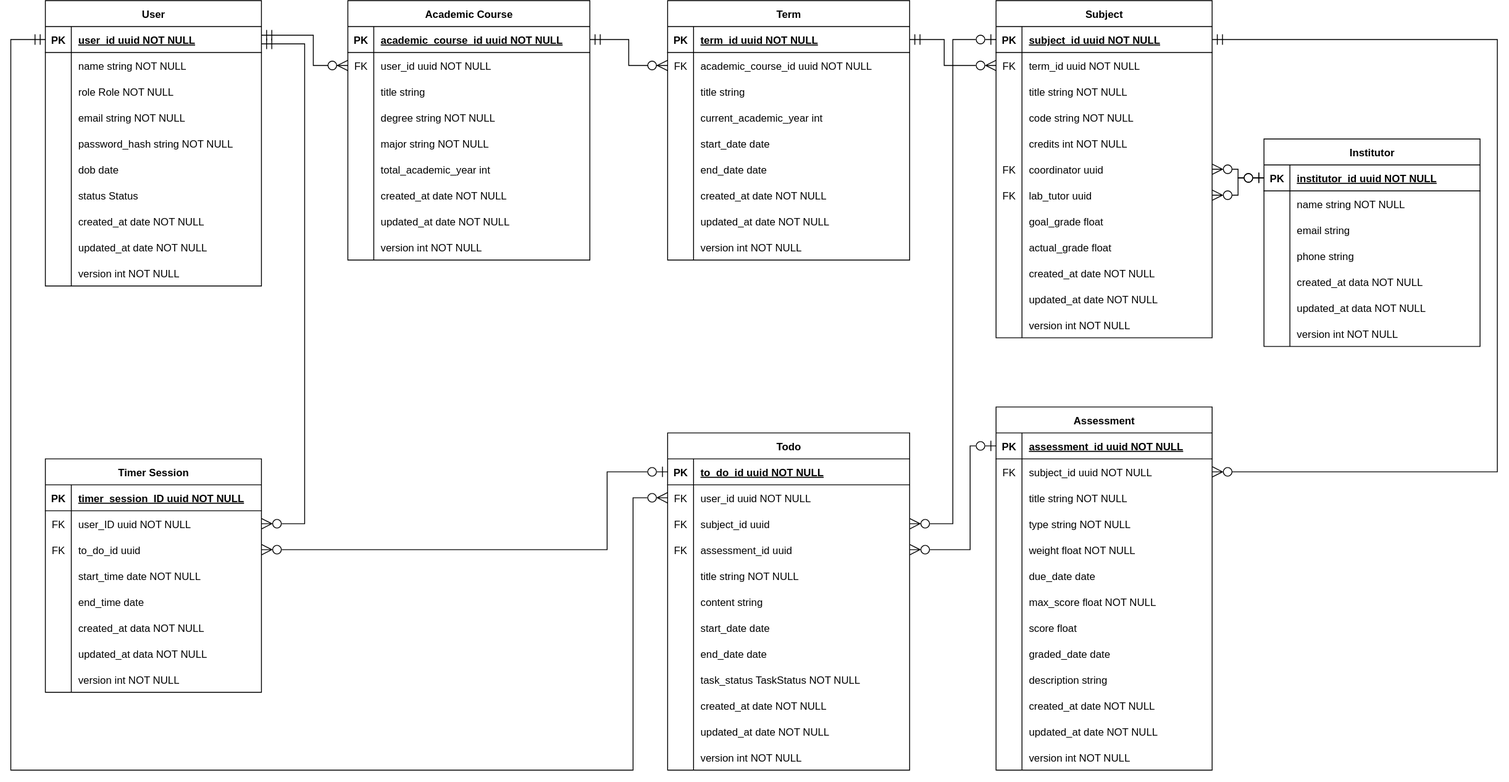
ina927/UniFlow keeps this draw.io diagram as docs/uni-flow_erd.svg. Above is the earlier version. Source tidied: cells renumbered, new cells last; positions are measured from the earlier drawing's top-left corner, leaving out a move shared by most shapes.
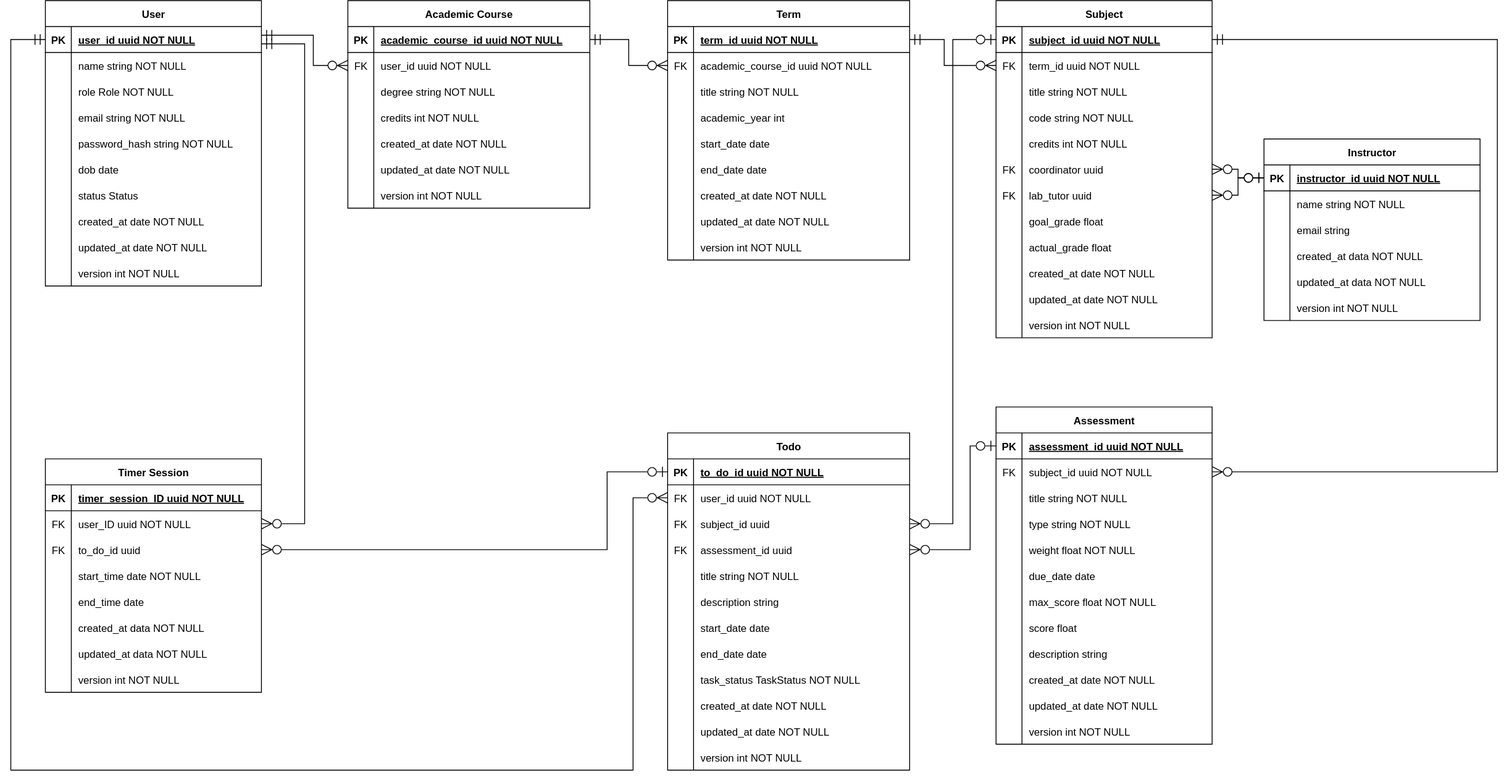
Above is the later version.

The edit, as a diff of the source:
```diff
@@ -14,7 +14,7 @@
       <mxGeometry relative="1" as="geometry" />
     </mxCell>
     <mxCell id="4" value="Academic Course" style="shape=table;startSize=30;rowLines=0;fontStyle=1;align=center;" parent="1" vertex="1">
-      <mxGeometry x="390" width="280" height="300" as="geometry" />
+      <mxGeometry x="390" width="280" height="240" as="geometry" />
     </mxCell>
     <mxCell id="5" style="shape=partialRectangle;fillColor=none;points=[[0,0.5],[1,0.5]];portConstraint=eastwest;top=0;left=0;right=0;bottom=1;" parent="4" vertex="1">
       <mxGeometry y="30" width="280" height="30" as="geometry" />
@@ -34,17 +34,8 @@
     <mxCell id="10" value="user_id uuid NOT NULL" style="shape=partialRectangle;overflow=hidden;fillColor=none;top=0;left=0;bottom=0;right=0;align=left;spacingLeft=6;" parent="8" vertex="1">
       <mxGeometry x="30" width="250" height="30" as="geometry" />
     </mxCell>
-    <mxCell id="11" style="shape=partialRectangle;fillColor=none;top=0;left=0;right=0;bottom=0;" parent="4" vertex="1">
-      <mxGeometry y="90" width="280" height="30" as="geometry" />
-    </mxCell>
-    <mxCell id="12" style="shape=partialRectangle;overflow=hidden;fillColor=none;top=0;left=0;bottom=0;right=0;" parent="11" vertex="1">
-      <mxGeometry width="30" height="30" as="geometry" />
-    </mxCell>
-    <mxCell id="13" value="title string" style="shape=partialRectangle;overflow=hidden;fillColor=none;top=0;left=0;bottom=0;right=0;align=left;spacingLeft=6;" parent="11" vertex="1">
-      <mxGeometry x="30" width="250" height="30" as="geometry" />
-    </mxCell>
     <mxCell id="14" style="shape=partialRectangle;fillColor=none;top=0;left=0;right=0;bottom=0;" parent="4" vertex="1">
-      <mxGeometry y="120" width="280" height="30" as="geometry" />
+      <mxGeometry y="90" width="280" height="30" as="geometry" />
     </mxCell>
     <mxCell id="15" style="shape=partialRectangle;overflow=hidden;fillColor=none;top=0;left=0;bottom=0;right=0;" parent="14" vertex="1">
       <mxGeometry width="30" height="30" as="geometry" />
@@ -52,26 +43,17 @@
     <mxCell id="16" value="degree string NOT NULL" style="shape=partialRectangle;overflow=hidden;fillColor=none;top=0;left=0;bottom=0;right=0;align=left;spacingLeft=6;" parent="14" vertex="1">
       <mxGeometry x="30" width="250" height="30" as="geometry" />
     </mxCell>
-    <mxCell id="17" style="shape=partialRectangle;fillColor=none;top=0;left=0;right=0;bottom=0;" parent="4" vertex="1">
-      <mxGeometry y="150" width="280" height="30" as="geometry" />
-    </mxCell>
-    <mxCell id="18" style="shape=partialRectangle;overflow=hidden;fillColor=none;top=0;left=0;bottom=0;right=0;" parent="17" vertex="1">
-      <mxGeometry width="30" height="30" as="geometry" />
-    </mxCell>
-    <mxCell id="19" value="major string NOT NULL" style="shape=partialRectangle;overflow=hidden;fillColor=none;top=0;left=0;bottom=0;right=0;align=left;spacingLeft=6;" parent="17" vertex="1">
-      <mxGeometry x="30" width="250" height="30" as="geometry" />
-    </mxCell>
     <mxCell id="20" style="shape=partialRectangle;fillColor=none;top=0;left=0;right=0;bottom=0;fontStyle=1;" parent="4" vertex="1">
-      <mxGeometry y="180" width="280" height="30" as="geometry" />
+      <mxGeometry y="120" width="280" height="30" as="geometry" />
     </mxCell>
     <mxCell id="21" style="shape=partialRectangle;overflow=hidden;fillColor=none;top=0;left=0;bottom=0;right=0;" parent="20" vertex="1">
       <mxGeometry width="30" height="30" as="geometry" />
     </mxCell>
-    <mxCell id="22" value="total_academic_year int" style="shape=partialRectangle;overflow=hidden;fillColor=none;top=0;left=0;bottom=0;right=0;align=left;spacingLeft=6;" parent="20" vertex="1">
+    <mxCell id="22" value="credits int NOT NULL" style="shape=partialRectangle;overflow=hidden;fillColor=none;top=0;left=0;bottom=0;right=0;align=left;spacingLeft=6;" parent="20" vertex="1">
       <mxGeometry x="30" width="250" height="30" as="geometry" />
     </mxCell>
     <mxCell id="23" style="shape=partialRectangle;fillColor=none;top=0;left=0;right=0;bottom=0;fontStyle=1;" parent="4" vertex="1">
-      <mxGeometry y="210" width="280" height="30" as="geometry" />
+      <mxGeometry y="150" width="280" height="30" as="geometry" />
     </mxCell>
     <mxCell id="24" style="shape=partialRectangle;overflow=hidden;fillColor=none;top=0;left=0;bottom=0;right=0;" parent="23" vertex="1">
       <mxGeometry width="30" height="30" as="geometry" />
@@ -80,7 +62,7 @@
       <mxGeometry x="30" width="250" height="30" as="geometry" />
     </mxCell>
     <mxCell id="26" style="shape=partialRectangle;fillColor=none;top=0;left=0;right=0;bottom=0;fontStyle=1;" parent="4" vertex="1">
-      <mxGeometry y="240" width="280" height="30" as="geometry" />
+      <mxGeometry y="180" width="280" height="30" as="geometry" />
     </mxCell>
     <mxCell id="27" style="shape=partialRectangle;overflow=hidden;fillColor=none;top=0;left=0;bottom=0;right=0;" parent="26" vertex="1">
       <mxGeometry width="30" height="30" as="geometry" />
@@ -89,7 +71,7 @@
       <mxGeometry x="30" width="250" height="30" as="geometry" />
     </mxCell>
     <mxCell id="29" style="shape=partialRectangle;fillColor=none;top=0;left=0;right=0;bottom=0;fontStyle=1;" parent="4" vertex="1">
-      <mxGeometry y="270" width="280" height="30" as="geometry" />
+      <mxGeometry y="210" width="280" height="30" as="geometry" />
     </mxCell>
     <mxCell id="30" style="shape=partialRectangle;overflow=hidden;fillColor=none;top=0;left=0;bottom=0;right=0;" parent="29" vertex="1">
       <mxGeometry width="30" height="30" as="geometry" />
@@ -124,7 +106,7 @@
     <mxCell id="40" style="shape=partialRectangle;overflow=hidden;fillColor=none;top=0;left=0;bottom=0;right=0;" parent="39" vertex="1">
       <mxGeometry width="30" height="30" as="geometry" />
     </mxCell>
-    <mxCell id="41" value="title string" style="shape=partialRectangle;overflow=hidden;fillColor=none;top=0;left=0;bottom=0;right=0;align=left;spacingLeft=6;" parent="39" vertex="1">
+    <mxCell id="41" value="title string NOT NULL" style="shape=partialRectangle;overflow=hidden;fillColor=none;top=0;left=0;bottom=0;right=0;align=left;spacingLeft=6;" parent="39" vertex="1">
       <mxGeometry x="30" width="250" height="30" as="geometry" />
     </mxCell>
     <mxCell id="42" style="shape=partialRectangle;fillColor=none;top=0;left=0;right=0;bottom=0;" parent="32" vertex="1">
@@ -133,7 +115,7 @@
     <mxCell id="43" style="shape=partialRectangle;overflow=hidden;fillColor=none;top=0;left=0;bottom=0;right=0;" parent="42" vertex="1">
       <mxGeometry width="30" height="30" as="geometry" />
     </mxCell>
-    <mxCell id="44" value="current_academic_year int" style="shape=partialRectangle;overflow=hidden;fillColor=none;top=0;left=0;bottom=0;right=0;align=left;spacingLeft=6;" parent="42" vertex="1">
+    <mxCell id="44" value="academic_year int" style="shape=partialRectangle;overflow=hidden;fillColor=none;top=0;left=0;bottom=0;right=0;align=left;spacingLeft=6;" parent="42" vertex="1">
       <mxGeometry x="30" width="250" height="30" as="geometry" />
     </mxCell>
     <mxCell id="45" style="shape=partialRectangle;fillColor=none;top=0;left=0;right=0;bottom=0;" parent="32" vertex="1">
@@ -275,7 +257,7 @@
       <mxGeometry x="30" width="220" height="30" as="geometry" />
     </mxCell>
     <mxCell id="91" value="Assessment" style="shape=table;startSize=30;rowLines=0;fontStyle=1;align=center;" parent="1" vertex="1">
-      <mxGeometry x="1140" y="470" width="250" height="420" as="geometry" />
+      <mxGeometry x="1140" y="470" width="250" height="390" as="geometry" />
     </mxCell>
     <mxCell id="92" style="shape=partialRectangle;fillColor=none;points=[[0,0.5],[1,0.5]];portConstraint=eastwest;top=0;left=0;right=0;bottom=1;" parent="91" vertex="1">
       <mxGeometry y="30" width="250" height="30" as="geometry" />
@@ -349,17 +331,8 @@
     <mxCell id="115" value="score float" style="shape=partialRectangle;overflow=hidden;fillColor=none;top=0;left=0;bottom=0;right=0;align=left;spacingLeft=6;" parent="113" vertex="1">
       <mxGeometry x="30" width="220" height="30" as="geometry" />
     </mxCell>
-    <mxCell id="116" style="shape=partialRectangle;fillColor=none;top=0;left=0;right=0;bottom=0;" parent="91" vertex="1">
-      <mxGeometry y="270" width="250" height="30" as="geometry" />
-    </mxCell>
-    <mxCell id="117" style="shape=partialRectangle;overflow=hidden;fillColor=none;top=0;left=0;bottom=0;right=0;" parent="116" vertex="1">
-      <mxGeometry width="30" height="30" as="geometry" />
-    </mxCell>
-    <mxCell id="118" value="graded_date date" style="shape=partialRectangle;overflow=hidden;fillColor=none;top=0;left=0;bottom=0;right=0;align=left;spacingLeft=6;" parent="116" vertex="1">
-      <mxGeometry x="30" width="220" height="30" as="geometry" />
-    </mxCell>
     <mxCell id="119" style="shape=partialRectangle;fillColor=none;top=0;left=0;right=0;bottom=0;" parent="91" vertex="1">
-      <mxGeometry y="300" width="250" height="30" as="geometry" />
+      <mxGeometry y="270" width="250" height="30" as="geometry" />
     </mxCell>
     <mxCell id="120" style="shape=partialRectangle;overflow=hidden;fillColor=none;top=0;left=0;bottom=0;right=0;" parent="119" vertex="1">
       <mxGeometry width="30" height="30" as="geometry" />
@@ -368,7 +341,7 @@
       <mxGeometry x="30" width="220" height="30" as="geometry" />
     </mxCell>
     <mxCell id="122" style="shape=partialRectangle;fillColor=none;top=0;left=0;right=0;bottom=0;" parent="91" vertex="1">
-      <mxGeometry y="330" width="250" height="30" as="geometry" />
+      <mxGeometry y="300" width="250" height="30" as="geometry" />
     </mxCell>
     <mxCell id="123" style="shape=partialRectangle;overflow=hidden;fillColor=none;top=0;left=0;bottom=0;right=0;" parent="122" vertex="1">
       <mxGeometry width="30" height="30" as="geometry" />
@@ -377,7 +350,7 @@
       <mxGeometry x="30" width="220" height="30" as="geometry" />
     </mxCell>
     <mxCell id="125" style="shape=partialRectangle;fillColor=none;top=0;left=0;right=0;bottom=0;" parent="91" vertex="1">
-      <mxGeometry y="360" width="250" height="30" as="geometry" />
+      <mxGeometry y="330" width="250" height="30" as="geometry" />
     </mxCell>
     <mxCell id="126" style="shape=partialRectangle;overflow=hidden;fillColor=none;top=0;left=0;bottom=0;right=0;" parent="125" vertex="1">
       <mxGeometry width="30" height="30" as="geometry" />
@@ -386,7 +359,7 @@
       <mxGeometry x="30" width="220" height="30" as="geometry" />
     </mxCell>
     <mxCell id="128" style="shape=partialRectangle;fillColor=none;top=0;left=0;right=0;bottom=0;" parent="91" vertex="1">
-      <mxGeometry y="390" width="250" height="30" as="geometry" />
+      <mxGeometry y="360" width="250" height="30" as="geometry" />
     </mxCell>
     <mxCell id="129" style="shape=partialRectangle;overflow=hidden;fillColor=none;top=0;left=0;bottom=0;right=0;" parent="128" vertex="1">
       <mxGeometry width="30" height="30" as="geometry" />
@@ -513,8 +486,8 @@
         </Array>
       </mxGeometry>
     </mxCell>
-    <mxCell id="169" value="Institutor" style="shape=table;startSize=30;rowLines=0;fontStyle=1;align=center;" parent="1" vertex="1">
-      <mxGeometry x="1450" y="160" width="250" height="240" as="geometry" />
+    <mxCell id="169" value="Instructor" style="shape=table;startSize=30;rowLines=0;fontStyle=1;align=center;" parent="1" vertex="1">
+      <mxGeometry x="1450" y="160" width="250" height="210" as="geometry" />
     </mxCell>
     <mxCell id="170" style="shape=partialRectangle;fillColor=none;points=[[0,0.5],[1,0.5]];portConstraint=eastwest;top=0;left=0;right=0;bottom=1;" parent="169" vertex="1">
       <mxGeometry y="30" width="250" height="30" as="geometry" />
@@ -522,7 +495,7 @@
     <mxCell id="171" value="PK" style="shape=partialRectangle;overflow=hidden;fillColor=none;top=0;left=0;bottom=0;right=0;fontStyle=1;" parent="170" vertex="1">
       <mxGeometry width="30" height="30" as="geometry" />
     </mxCell>
-    <mxCell id="172" value="institutor_id uuid NOT NULL " style="shape=partialRectangle;overflow=hidden;fillColor=none;top=0;left=0;bottom=0;right=0;align=left;spacingLeft=6;fontStyle=5;" parent="170" vertex="1">
+    <mxCell id="172" value="instructor_id uuid NOT NULL " style="shape=partialRectangle;overflow=hidden;fillColor=none;top=0;left=0;bottom=0;right=0;align=left;spacingLeft=6;fontStyle=5;" parent="170" vertex="1">
       <mxGeometry x="30" width="220" height="30" as="geometry" />
     </mxCell>
     <mxCell id="173" style="shape=partialRectangle;fillColor=none;top=0;left=0;right=0;bottom=0;" parent="169" vertex="1">
@@ -543,17 +516,8 @@
     <mxCell id="178" value="email string" style="shape=partialRectangle;overflow=hidden;fillColor=none;top=0;left=0;bottom=0;right=0;align=left;spacingLeft=6;" parent="176" vertex="1">
       <mxGeometry x="30" width="220" height="30" as="geometry" />
     </mxCell>
-    <mxCell id="179" style="shape=partialRectangle;fillColor=none;top=0;left=0;right=0;bottom=0;" parent="169" vertex="1">
-      <mxGeometry y="120" width="250" height="30" as="geometry" />
-    </mxCell>
-    <mxCell id="180" style="shape=partialRectangle;overflow=hidden;fillColor=none;top=0;left=0;bottom=0;right=0;" parent="179" vertex="1">
-      <mxGeometry width="30" height="30" as="geometry" />
-    </mxCell>
-    <mxCell id="181" value="phone string" style="shape=partialRectangle;overflow=hidden;fillColor=none;top=0;left=0;bottom=0;right=0;align=left;spacingLeft=6;" parent="179" vertex="1">
-      <mxGeometry x="30" width="220" height="30" as="geometry" />
-    </mxCell>
     <mxCell id="182" style="shape=partialRectangle;fillColor=none;top=0;left=0;right=0;bottom=0;" parent="169" vertex="1">
-      <mxGeometry y="150" width="250" height="30" as="geometry" />
+      <mxGeometry y="120" width="250" height="30" as="geometry" />
     </mxCell>
     <mxCell id="183" style="shape=partialRectangle;overflow=hidden;fillColor=none;top=0;left=0;bottom=0;right=0;" parent="182" vertex="1">
       <mxGeometry width="30" height="30" as="geometry" />
@@ -562,7 +526,7 @@
       <mxGeometry x="30" width="220" height="30" as="geometry" />
     </mxCell>
     <mxCell id="185" style="shape=partialRectangle;fillColor=none;top=0;left=0;right=0;bottom=0;" parent="169" vertex="1">
-      <mxGeometry y="180" width="250" height="30" as="geometry" />
+      <mxGeometry y="150" width="250" height="30" as="geometry" />
     </mxCell>
     <mxCell id="186" style="shape=partialRectangle;overflow=hidden;fillColor=none;top=0;left=0;bottom=0;right=0;" parent="185" vertex="1">
       <mxGeometry width="30" height="30" as="geometry" />
@@ -571,7 +535,7 @@
       <mxGeometry x="30" width="220" height="30" as="geometry" />
     </mxCell>
     <mxCell id="188" style="shape=partialRectangle;fillColor=none;top=0;left=0;right=0;bottom=0;" parent="169" vertex="1">
-      <mxGeometry y="210" width="250" height="30" as="geometry" />
+      <mxGeometry y="180" width="250" height="30" as="geometry" />
     </mxCell>
     <mxCell id="189" style="shape=partialRectangle;overflow=hidden;fillColor=none;top=0;left=0;bottom=0;right=0;" parent="188" vertex="1">
       <mxGeometry width="30" height="30" as="geometry" />
@@ -770,7 +734,7 @@
     <mxCell id="241" style="shape=partialRectangle;overflow=hidden;fillColor=none;top=0;left=0;bottom=0;right=0;" parent="240" vertex="1">
       <mxGeometry width="30" height="30" as="geometry" />
     </mxCell>
-    <mxCell id="242" value="content string" style="shape=partialRectangle;overflow=hidden;fillColor=none;top=0;left=0;bottom=0;right=0;align=left;spacingLeft=6;" parent="240" vertex="1">
+    <mxCell id="242" value="description string" style="shape=partialRectangle;overflow=hidden;fillColor=none;top=0;left=0;bottom=0;right=0;align=left;spacingLeft=6;" parent="240" vertex="1">
       <mxGeometry x="30" width="250" height="30" as="geometry" />
     </mxCell>
     <mxCell id="243" style="shape=partialRectangle;fillColor=none;top=0;left=0;right=0;bottom=0;" parent="224" vertex="1">
```
